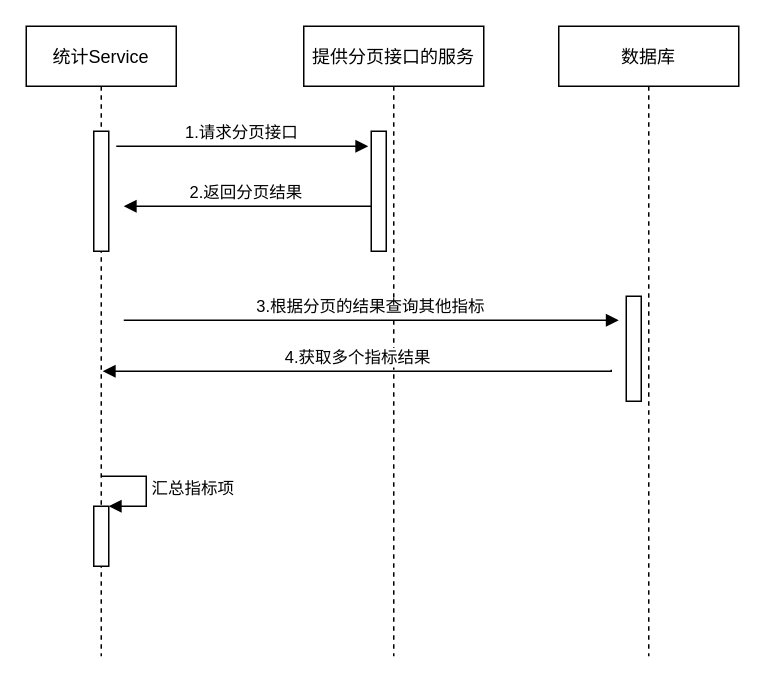
YinggangDong/diagrams keeps this draw.io diagram as project/smcp/statistics/TypeQueryList.drawio. Above is the earlier version. Source tidied: cells renumbered, new cells numbered last; positions are measured from the earlier drawing's top-left corner, leaving out a move shared by most shapes. Both pictures are drawn from the tidied source at 150%, with x=0, y=0 at pixel (26, 26).
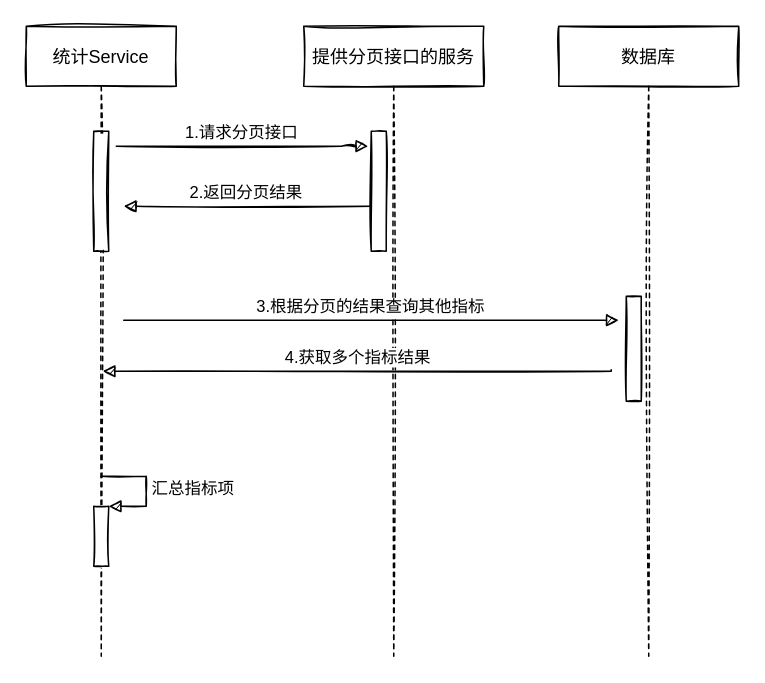
The same page after the edit.

What changed in the source:
```diff
@@
-    <mxCell id="2" value="统计Service" style="shape=umlLifeline;perimeter=lifelinePerimeter;rounded=0;shadow=0;strokeWidth=1;" parent="1" vertex="1">
+    <mxCell id="2" value="统计Service" style="shape=umlLifeline;perimeter=lifelinePerimeter;rounded=0;shadow=0;strokeWidth=1;sketch=1;" parent="1" vertex="1">
       <mxGeometry width="100" height="420" as="geometry" />
     </mxCell>
-    <mxCell id="3" style="html=1;points=[];perimeter=orthogonalPerimeter;" parent="2" vertex="1">
+    <mxCell id="3" style="html=1;points=[];perimeter=orthogonalPerimeter;sketch=1;" parent="2" vertex="1">
       <mxGeometry x="45" y="320" width="10" height="40" as="geometry" />
     </mxCell>
-    <mxCell id="4" value="&lt;span style=&quot;text-align: center&quot;&gt;汇总指标项&lt;/span&gt;" style="edgeStyle=orthogonalEdgeStyle;html=1;align=left;spacingLeft=2;endArrow=block;rounded=0;entryX=1;entryY=0;" parent="2" edge="1" target="3">
+    <mxCell id="4" value="&lt;span style=&quot;text-align: center&quot;&gt;汇总指标项&lt;/span&gt;" style="edgeStyle=orthogonalEdgeStyle;html=1;align=left;spacingLeft=2;endArrow=block;rounded=0;entryX=1;entryY=0;sketch=1;" parent="2" edge="1" target="3">
       <mxGeometry relative="1" as="geometry">
         <mxPoint x="50" y="300" as="sourcePoint" />
         <Array as="points">
           <mxPoint x="80" y="300" />
         </Array>
       </mxGeometry>
     </mxCell>
-    <mxCell id="5" style="html=1;perimeter=orthogonalPerimeter;" parent="2" vertex="1">
+    <mxCell id="5" style="html=1;perimeter=orthogonalPerimeter;sketch=1;" parent="2" vertex="1">
       <mxGeometry x="45" y="70" width="10" height="80" as="geometry" />
     </mxCell>
-    <mxCell id="6" value="提供分页接口的服务" style="shape=umlLifeline;perimeter=lifelinePerimeter;rounded=0;shadow=0;strokeWidth=1;" parent="1" vertex="1">
+    <mxCell id="6" value="提供分页接口的服务" style="shape=umlLifeline;perimeter=lifelinePerimeter;rounded=0;shadow=0;strokeWidth=1;sketch=1;" parent="1" vertex="1">
       <mxGeometry x="185" width="120" height="420" as="geometry" />
     </mxCell>
-    <mxCell id="7" style="points=[];perimeter=orthogonalPerimeter;rounded=0;shadow=0;strokeWidth=1;" parent="6" vertex="1">
+    <mxCell id="7" style="points=[];perimeter=orthogonalPerimeter;rounded=0;shadow=0;strokeWidth=1;sketch=1;" parent="6" vertex="1">
       <mxGeometry x="45" y="70" width="10" height="80" as="geometry" />
     </mxCell>
-    <mxCell id="8" value="1.请求分页接口" style="verticalAlign=bottom;endArrow=block;entryX=-0.2;entryY=0.125;shadow=0;strokeWidth=1;entryDx=0;entryDy=0;entryPerimeter=0;" parent="1" edge="1" target="7">
+    <mxCell id="8" value="1.请求分页接口" style="verticalAlign=bottom;endArrow=block;entryX=-0.2;entryY=0.125;shadow=0;strokeWidth=1;entryDx=0;entryDy=0;entryPerimeter=0;sketch=1;" parent="1" edge="1" target="7">
       <mxGeometry relative="1" as="geometry">
         <mxPoint x="60" y="80" as="sourcePoint" />
         <Array as="points">
           <mxPoint x="220" y="80" />
         </Array>
       </mxGeometry>
     </mxCell>
-    <mxCell id="9" value="2.返回分页结果" style="verticalAlign=bottom;endArrow=block;entryX=1;entryY=0;shadow=0;strokeWidth=1;" parent="1" edge="1" source="7">
+    <mxCell id="9" value="2.返回分页结果" style="verticalAlign=bottom;endArrow=block;entryX=1;entryY=0;shadow=0;strokeWidth=1;sketch=1;" parent="1" edge="1" source="7">
       <mxGeometry relative="1" as="geometry">
         <mxPoint x="65" y="120" as="targetPoint" />
       </mxGeometry>
     </mxCell>
-    <mxCell id="10" value="3.根据分页的结果查询其他指标" style="verticalAlign=bottom;endArrow=block;endSize=6;exitX=1;exitY=0.95;shadow=0;strokeWidth=1;endFill=1;" parent="1" edge="1">
+    <mxCell id="10" value="3.根据分页的结果查询其他指标" style="verticalAlign=bottom;endArrow=block;endSize=6;exitX=1;exitY=0.95;shadow=0;strokeWidth=1;endFill=1;sketch=1;" parent="1" edge="1">
       <mxGeometry relative="1" as="geometry">
         <mxPoint x="65" y="196" as="sourcePoint" />
         <mxPoint x="395" y="196" as="targetPoint" />
       </mxGeometry>
     </mxCell>
-    <mxCell id="11" value="数据库" style="shape=umlLifeline;perimeter=lifelinePerimeter;rounded=0;shadow=0;strokeWidth=1;" parent="1" vertex="1">
+    <mxCell id="11" value="数据库" style="shape=umlLifeline;perimeter=lifelinePerimeter;rounded=0;shadow=0;strokeWidth=1;sketch=1;" parent="1" vertex="1">
       <mxGeometry x="355" width="120" height="420" as="geometry" />
     </mxCell>
-    <mxCell id="12" style="perimeter=orthogonalPerimeter;rounded=0;shadow=0;strokeWidth=1;" parent="11" vertex="1">
+    <mxCell id="12" style="perimeter=orthogonalPerimeter;rounded=0;shadow=0;strokeWidth=1;sketch=1;" parent="11" vertex="1">
       <mxGeometry x="45" y="180" width="10" height="70" as="geometry" />
     </mxCell>
-    <mxCell id="13" value="4.获取多个指标结果" style="html=1;verticalAlign=bottom;endArrow=block;endSize=6;rounded=0;edgeStyle=orthogonalEdgeStyle;entryX=0.51;entryY=0.55;entryDx=0;entryDy=0;entryPerimeter=0;endFill=1;" parent="1" edge="1">
+    <mxCell id="13" value="4.获取多个指标结果" style="html=1;verticalAlign=bottom;endArrow=block;endSize=6;rounded=0;edgeStyle=orthogonalEdgeStyle;entryX=0.51;entryY=0.55;entryDx=0;entryDy=0;entryPerimeter=0;endFill=1;sketch=1;" parent="1" edge="1">
       <mxGeometry relative="1" as="geometry">
         <mxPoint x="390" y="229" as="sourcePoint" />
         <mxPoint x="51" y="230" as="targetPoint" />
         <Array as="points">
           <mxPoint x="390" y="230" />
         </Array>
       </mxGeometry>
     </mxCell>
```
